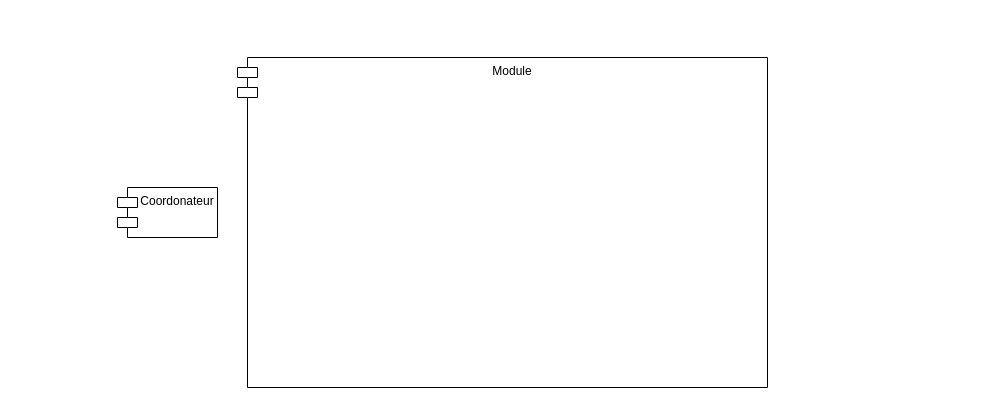
Before: Diagrammes de conception/Diagrammes de communication/Definir_Categorie_UC.drawio in ChristWasTaken/Projet-Conception-et-Archictecture, a draw.io diagram. Source tidied: cells renumbered, new cells numbered last; positions are measured from the earlier drawing's top-left corner, leaving out a move shared by most shapes. Both pictures are drawn from the tidied source at 100%, with x=0, y=0 at pixel (117, 57).
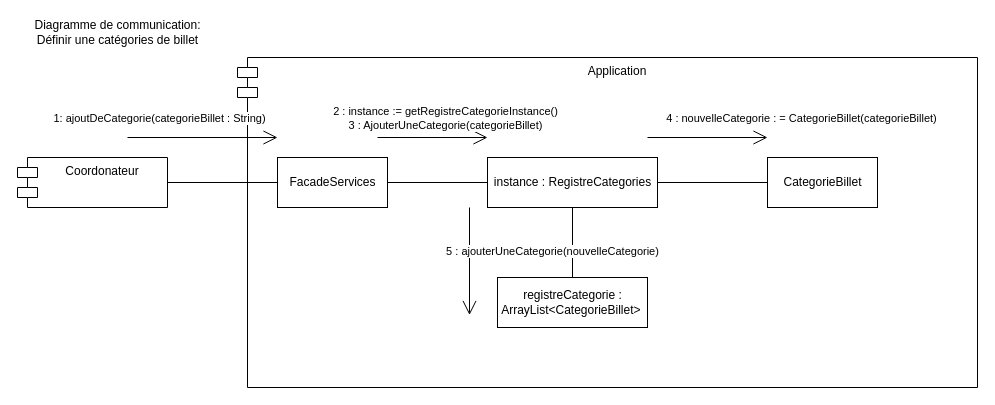
Above is the later version.

Diff of the diagram source:
```diff
@@
     <mxCell id="2" value="Coordonateur" style="shape=module;align=left;spacingLeft=20;align=center;verticalAlign=top;" parent="1" vertex="1">
-      <mxGeometry y="130" width="100" height="50" as="geometry" />
+      <mxGeometry x="-100" y="100" width="150" height="50" as="geometry" />
     </mxCell>
-    <mxCell id="3" value="Module" style="shape=module;align=left;spacingLeft=20;align=center;verticalAlign=top;" parent="1" vertex="1">
-      <mxGeometry x="120" width="530" height="330" as="geometry" />
+    <mxCell id="3" value="Application" style="shape=module;align=left;spacingLeft=20;align=center;verticalAlign=top;" parent="1" vertex="1">
+      <mxGeometry x="120" width="740" height="330" as="geometry" />
     </mxCell>
+    <mxCell id="4" value="registreCategorie : &lt;br&gt;ArrayList&amp;lt;CategorieBillet&amp;gt;&amp;nbsp;" style="html=1;" parent="1" vertex="1">
+      <mxGeometry x="380" y="220" width="150" height="50" as="geometry" />
+    </mxCell>
+    <mxCell id="5" value="CategorieBillet" style="html=1;" parent="1" vertex="1">
+      <mxGeometry x="650" y="100" width="110" height="50" as="geometry" />
+    </mxCell>
+    <mxCell id="6" style="edgeStyle=orthogonalEdgeStyle;rounded=0;jettySize=auto;html=1;exitX=1;exitY=0.5;exitDx=0;exitDy=0;entryX=0;entryY=0.5;entryDx=0;entryDy=0;endArrow=none;endFill=0;" parent="1" edge="1" source="8" target="5">
+      <mxGeometry relative="1" as="geometry" />
+    </mxCell>
+    <mxCell id="7" style="edgeStyle=orthogonalEdgeStyle;rounded=0;jettySize=auto;html=1;exitX=0.5;exitY=1;exitDx=0;exitDy=0;entryX=0.5;entryY=0;entryDx=0;entryDy=0;endArrow=none;endFill=0;" parent="1" edge="1" source="8" target="4">
+      <mxGeometry relative="1" as="geometry" />
+    </mxCell>
+    <mxCell id="8" value="instance : RegistreCategories" style="html=1;" parent="1" vertex="1">
+      <mxGeometry x="370" y="100" width="170" height="50" as="geometry" />
+    </mxCell>
+    <mxCell id="9" style="edgeStyle=orthogonalEdgeStyle;rounded=0;jettySize=auto;html=1;entryX=0;entryY=0.5;entryDx=0;entryDy=0;endArrow=none;endFill=0;" parent="1" edge="1" source="10" target="8">
+      <mxGeometry relative="1" as="geometry" />
+    </mxCell>
+    <mxCell id="10" value="FacadeServices" style="html=1;" parent="1" vertex="1">
+      <mxGeometry x="160" y="100" width="110" height="50" as="geometry" />
+    </mxCell>
+    <mxCell id="11" style="endArrow=open;endFill=1;endSize=12;html=1;rounded=0;" parent="1" edge="1">
+      <mxGeometry relative="1" as="geometry">
+        <mxPoint x="10" y="80" as="sourcePoint" />
+        <mxPoint x="160" y="80" as="targetPoint" />
+      </mxGeometry>
+    </mxCell>
+    <mxCell id="12" value="1: ajoutDeCategorie(categorieBillet : String)" style="edgeLabel;html=1;align=center;verticalAlign=middle;" parent="11" vertex="1">
+      <mxGeometry x="0.18" relative="1" as="geometry">
+        <mxPoint x="-58" y="-20" as="offset" />
+      </mxGeometry>
+    </mxCell>
+    <mxCell id="13" style="endArrow=open;endFill=1;endSize=12;html=1;rounded=0;" parent="1" edge="1">
+      <mxGeometry relative="1" as="geometry">
+        <mxPoint x="530" y="80" as="sourcePoint" />
+        <mxPoint x="650" y="80" as="targetPoint" />
+      </mxGeometry>
+    </mxCell>
+    <mxCell id="14" value="4 : nouvelleCategorie : = CategorieBillet(categorieBillet)" style="edgeLabel;html=1;align=center;verticalAlign=middle;" parent="13" vertex="1">
+      <mxGeometry x="0.18" relative="1" as="geometry">
+        <mxPoint x="82" y="-20" as="offset" />
+      </mxGeometry>
+    </mxCell>
+    <mxCell id="15" style="endArrow=open;endFill=1;endSize=12;html=1;rounded=0;" parent="1" edge="1">
+      <mxGeometry relative="1" as="geometry">
+        <mxPoint x="260" y="80" as="sourcePoint" />
+        <mxPoint x="370" y="80" as="targetPoint" />
+      </mxGeometry>
+    </mxCell>
+    <mxCell id="16" value="2 : instance := getRegistreCategorieInstance()&lt;br&gt;3 : AjouterUneCategorie(categorieBillet)" style="edgeLabel;html=1;align=center;verticalAlign=middle;" parent="15" vertex="1">
+      <mxGeometry x="0.18" relative="1" as="geometry">
+        <mxPoint x="2" y="-20" as="offset" />
+      </mxGeometry>
+    </mxCell>
+    <mxCell id="17" style="endArrow=open;endFill=1;endSize=12;html=1;rounded=0;entryX=0;entryY=0.75;entryDx=0;entryDy=0;exitX=0;exitY=1;exitDx=0;exitDy=0;" parent="1" edge="1">
+      <mxGeometry relative="1" as="geometry">
+        <mxPoint x="352" y="150" as="sourcePoint" />
+        <mxPoint x="352" y="257.5" as="targetPoint" />
+      </mxGeometry>
+    </mxCell>
+    <mxCell id="18" value="5 : ajouterUneCategorie(nouvelleCategorie)" style="edgeLabel;html=1;align=center;verticalAlign=middle;" parent="17" vertex="1">
+      <mxGeometry x="0.18" relative="1" as="geometry">
+        <mxPoint x="82" y="-20" as="offset" />
+      </mxGeometry>
+    </mxCell>
+    <mxCell id="19" style="endArrow=none;html=1;rounded=0;exitX=1;exitY=0.5;exitDx=0;exitDy=0;entryX=0;entryY=0.5;entryDx=0;entryDy=0;" parent="1" edge="1" source="2" target="10">
+      <mxGeometry relative="1" as="geometry" />
+    </mxCell>
+    <mxCell id="20" value="Diagramme de communication:&lt;br&gt;Définir une catégories de billet" style="text;html=1;align=center;verticalAlign=middle;strokeColor=none;fillColor=none;" parent="1" vertex="1">
+      <mxGeometry x="-90" y="-40" width="180" height="30" as="geometry" />
+    </mxCell>
```
